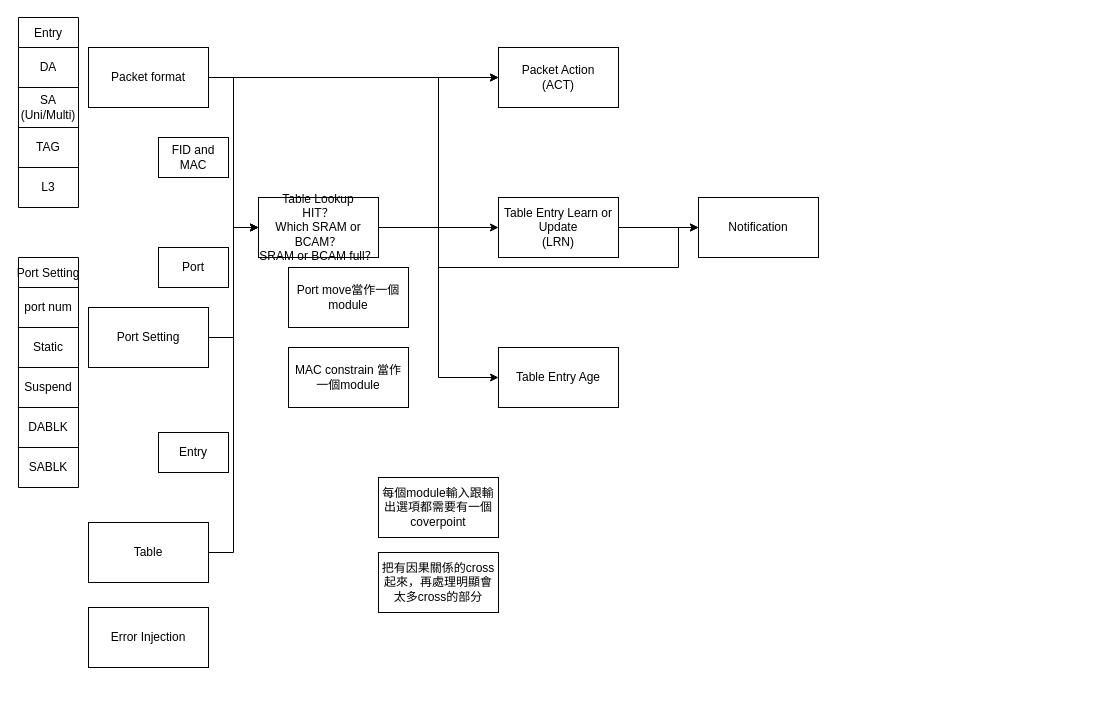
Above: Untitled Diagram.drawio in NotSmall/hello-world (draw.io), before the change. Source tidied: cells renumbered, new cells numbered last; positions are measured from the earlier drawing's top-left corner, leaving out a move shared by most shapes. Both pictures are drawn from the tidied source at 100%, with x=0, y=0 at pixel (18, 17).
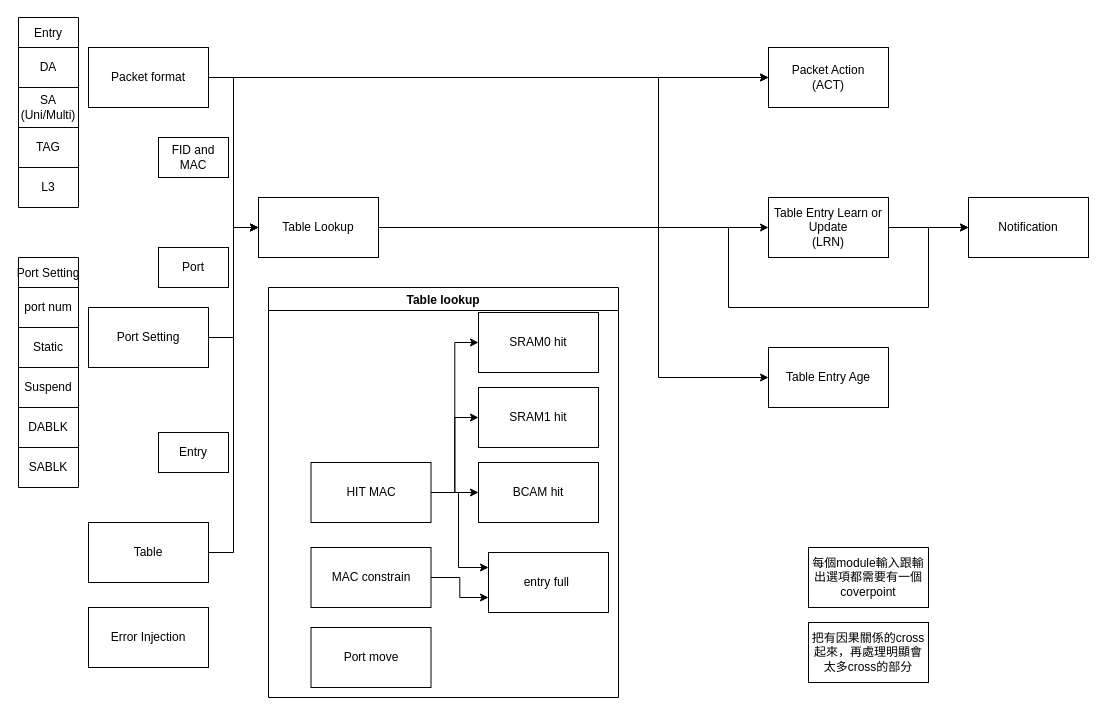
After the change.

The edit, as a diff of the source:
```diff
@@
     <mxCell id="7" style="edgeStyle=orthogonalEdgeStyle;rounded=0;jettySize=auto;html=1;entryX=0;entryY=0.5;entryDx=0;entryDy=0;" parent="1" edge="1" source="11" target="12">
-      <mxGeometry relative="1" as="geometry" />
+      <mxGeometry relative="1" as="geometry">
+        <Array as="points">
+          <mxPoint x="640" y="210" />
+          <mxPoint x="640" y="60" />
+        </Array>
+      </mxGeometry>
     </mxCell>
@@
     <mxCell id="9" style="edgeStyle=orthogonalEdgeStyle;rounded=0;jettySize=auto;html=1;entryX=0;entryY=0.5;entryDx=0;entryDy=0;" parent="1" edge="1" source="11" target="16">
       <mxGeometry relative="1" as="geometry">
         <Array as="points">
-          <mxPoint x="420" y="210" />
-          <mxPoint x="420" y="250" />
-          <mxPoint x="660" y="250" />
+          <mxPoint x="710" y="210" />
+          <mxPoint x="710" y="290" />
+          <mxPoint x="910" y="290" />
+          <mxPoint x="910" y="210" />
         </Array>
       </mxGeometry>
     </mxCell>
     <mxCell id="10" style="edgeStyle=orthogonalEdgeStyle;rounded=0;jettySize=auto;html=1;entryX=0;entryY=0.5;entryDx=0;entryDy=0;" parent="1" edge="1" source="11" target="15">
-      <mxGeometry relative="1" as="geometry" />
+      <mxGeometry relative="1" as="geometry">
+        <Array as="points">
+          <mxPoint x="640" y="210" />
+          <mxPoint x="640" y="360" />
+        </Array>
+      </mxGeometry>
     </mxCell>
-    <mxCell id="11" value="Table Lookup&lt;br&gt;HIT？&lt;br&gt;Which SRAM or BCAM？&lt;br&gt;SRAM or BCAM full？" style="rounded=0;whiteSpace=wrap;html=1;" parent="1" vertex="1">
+    <mxCell id="11" value="Table Lookup" style="rounded=0;whiteSpace=wrap;html=1;" parent="1" vertex="1">
       <mxGeometry x="240" y="180" width="120" height="60" as="geometry" />
     </mxCell>
     <mxCell id="12" value="Packet Action&lt;br&gt;(ACT)" style="rounded=0;whiteSpace=wrap;html=1;" parent="1" vertex="1">
-      <mxGeometry x="480" y="30" width="120" height="60" as="geometry" />
+      <mxGeometry x="750" y="30" width="120" height="60" as="geometry" />
     </mxCell>
@@
     <mxCell id="14" value="Table Entry Learn or Update&lt;br&gt;(LRN)" style="rounded=0;whiteSpace=wrap;html=1;" parent="1" vertex="1">
-      <mxGeometry x="480" y="180" width="120" height="60" as="geometry" />
+      <mxGeometry x="750" y="180" width="120" height="60" as="geometry" />
     </mxCell>
     <mxCell id="15" value="Table Entry Age" style="rounded=0;whiteSpace=wrap;html=1;" parent="1" vertex="1">
-      <mxGeometry x="480" y="330" width="120" height="60" as="geometry" />
+      <mxGeometry x="750" y="330" width="120" height="60" as="geometry" />
     </mxCell>
     <mxCell id="16" value="Notification" style="rounded=0;whiteSpace=wrap;html=1;" parent="1" vertex="1">
-      <mxGeometry x="680" y="180" width="120" height="60" as="geometry" />
+      <mxGeometry x="950" y="180" width="120" height="60" as="geometry" />
     </mxCell>
@@
     <mxCell id="44" value="每個module輸入跟輸出選項都需要有一個coverpoint" style="rounded=0;whiteSpace=wrap;html=1;gradientColor=none;" parent="1" vertex="1">
-      <mxGeometry x="360" y="460" width="120" height="60" as="geometry" />
+      <mxGeometry x="790" y="530" width="120" height="60" as="geometry" />
     </mxCell>
     <mxCell id="45" value="把有因果關係的cross起來，再處理明顯會太多cross的部分" style="rounded=0;whiteSpace=wrap;html=1;gradientColor=none;" parent="1" vertex="1">
-      <mxGeometry x="360" y="535" width="120" height="60" as="geometry" />
+      <mxGeometry x="790" y="605" width="120" height="60" as="geometry" />
     </mxCell>
+    <mxCell id="48" value="Table lookup" style="swimlane;startSize=23;" parent="1" vertex="1">
+      <mxGeometry x="250" y="270" width="350" height="410" as="geometry" />
+    </mxCell>
+    <mxCell id="49" value="entry full&amp;nbsp;" style="rounded=0;whiteSpace=wrap;html=1;" parent="48" vertex="1">
+      <mxGeometry x="220" y="265" width="120" height="60" as="geometry" />
+    </mxCell>
-    <mxCell id="46" value="Port move當作一個module" style="rounded=0;whiteSpace=wrap;html=1;gradientColor=none;" parent="1" vertex="1">
-      <mxGeometry x="270" y="250" width="120" height="60" as="geometry" />
+    <mxCell id="46" value="Port move" style="rounded=0;whiteSpace=wrap;html=1;gradientColor=none;" parent="48" vertex="1">
+      <mxGeometry x="42.5" y="340" width="120" height="60" as="geometry" />
     </mxCell>
+    <mxCell id="50" style="edgeStyle=orthogonalEdgeStyle;rounded=0;jettySize=auto;html=1;entryX=0;entryY=0.75;entryDx=0;entryDy=0;" parent="48" edge="1" source="47" target="49">
+      <mxGeometry relative="1" as="geometry" />
+    </mxCell>
-    <mxCell id="47" value="MAC constrain 當作一個module" style="rounded=0;whiteSpace=wrap;html=1;gradientColor=none;" parent="1" vertex="1">
-      <mxGeometry x="270" y="330" width="120" height="60" as="geometry" />
+    <mxCell id="47" value="MAC constrain" style="rounded=0;whiteSpace=wrap;html=1;gradientColor=none;" parent="48" vertex="1">
+      <mxGeometry x="42.5" y="260" width="120" height="60" as="geometry" />
     </mxCell>
+    <mxCell id="51" value="SRAM0 hit" style="rounded=0;whiteSpace=wrap;html=1;" parent="48" vertex="1">
+      <mxGeometry x="210" y="25" width="120" height="60" as="geometry" />
+    </mxCell>
+    <mxCell id="52" value="SRAM1 hit" style="rounded=0;whiteSpace=wrap;html=1;" parent="48" vertex="1">
+      <mxGeometry x="210" y="100" width="120" height="60" as="geometry" />
+    </mxCell>
+    <mxCell id="53" value="BCAM hit" style="rounded=0;whiteSpace=wrap;html=1;" parent="48" vertex="1">
+      <mxGeometry x="210" y="175" width="120" height="60" as="geometry" />
+    </mxCell>
+    <mxCell id="54" style="edgeStyle=orthogonalEdgeStyle;rounded=0;jettySize=auto;html=1;entryX=0;entryY=0.5;entryDx=0;entryDy=0;" parent="48" edge="1" source="58" target="53">
+      <mxGeometry relative="1" as="geometry" />
+    </mxCell>
+    <mxCell id="55" style="edgeStyle=orthogonalEdgeStyle;rounded=0;jettySize=auto;html=1;entryX=0;entryY=0.5;entryDx=0;entryDy=0;" parent="48" edge="1" source="58" target="52">
+      <mxGeometry relative="1" as="geometry" />
+    </mxCell>
+    <mxCell id="56" style="edgeStyle=orthogonalEdgeStyle;rounded=0;jettySize=auto;html=1;entryX=0;entryY=0.5;entryDx=0;entryDy=0;" parent="48" edge="1" source="58" target="51">
+      <mxGeometry relative="1" as="geometry" />
+    </mxCell>
+    <mxCell id="57" style="edgeStyle=orthogonalEdgeStyle;rounded=0;jettySize=auto;html=1;entryX=0;entryY=0.25;entryDx=0;entryDy=0;" parent="48" edge="1" source="58" target="49">
+      <mxGeometry relative="1" as="geometry">
+        <Array as="points">
+          <mxPoint x="190" y="205" />
+          <mxPoint x="190" y="280" />
+        </Array>
+      </mxGeometry>
+    </mxCell>
+    <mxCell id="58" value="HIT MAC" style="rounded=0;whiteSpace=wrap;html=1;gradientColor=none;" parent="48" vertex="1">
+      <mxGeometry x="42.5" y="175" width="120" height="60" as="geometry" />
+    </mxCell>
```
